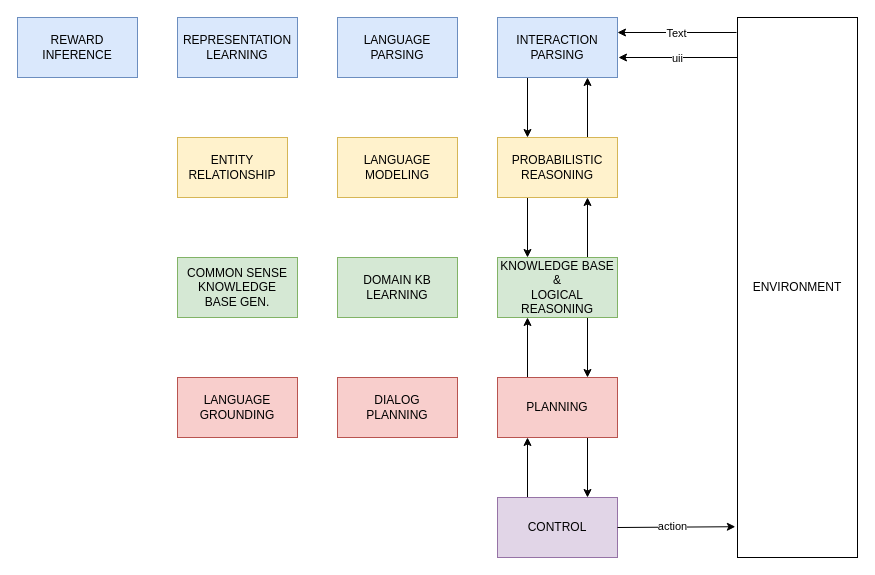
pantelis/aiml-common keeps this draw.io diagram as page "architecture" (1 of 3) of lectures/nlp/images/nlp.drawio. Above is the earlier version. Source tidied: cells renumbered, new cells numbered last; positions are measured from the earlier drawing's top-left corner, leaving out a move shared by most shapes. Both pictures are drawn from the tidied source at 100%, with x=0, y=0 at pixel (17, 17).
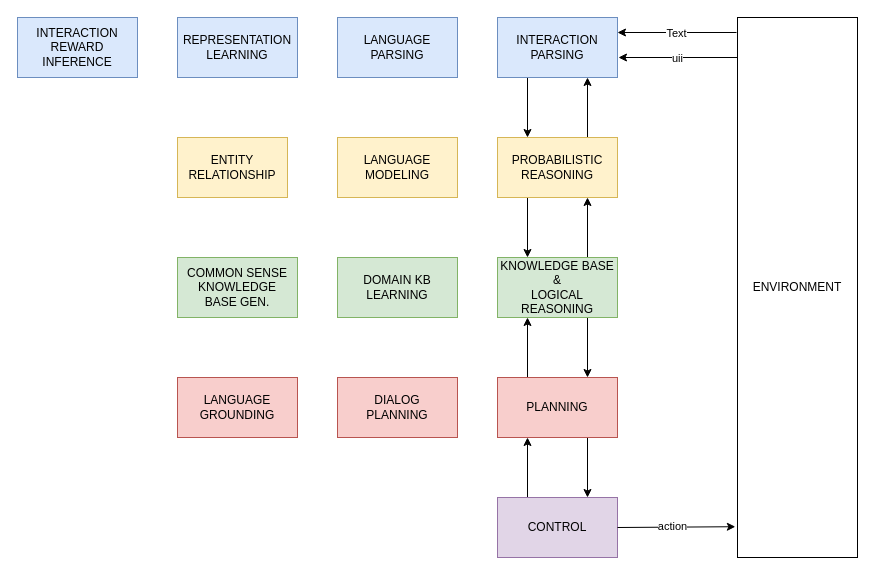
Above is the later version.

Change to the diagram source:
```diff
@@
-    <mxCell id="30" value="REWARD&lt;br&gt;INFERENCE" style="rounded=0;whiteSpace=wrap;html=1;fontSize=12;fillColor=#dae8fc;strokeColor=#6c8ebf;" parent="1" vertex="1">
+    <mxCell id="30" value="INTERACTION&lt;br&gt;REWARD&lt;br&gt;INFERENCE" style="rounded=0;whiteSpace=wrap;html=1;fontSize=12;fillColor=#dae8fc;strokeColor=#6c8ebf;" parent="1" vertex="1">
       <mxGeometry width="120" height="60" as="geometry" />
     </mxCell>
```
